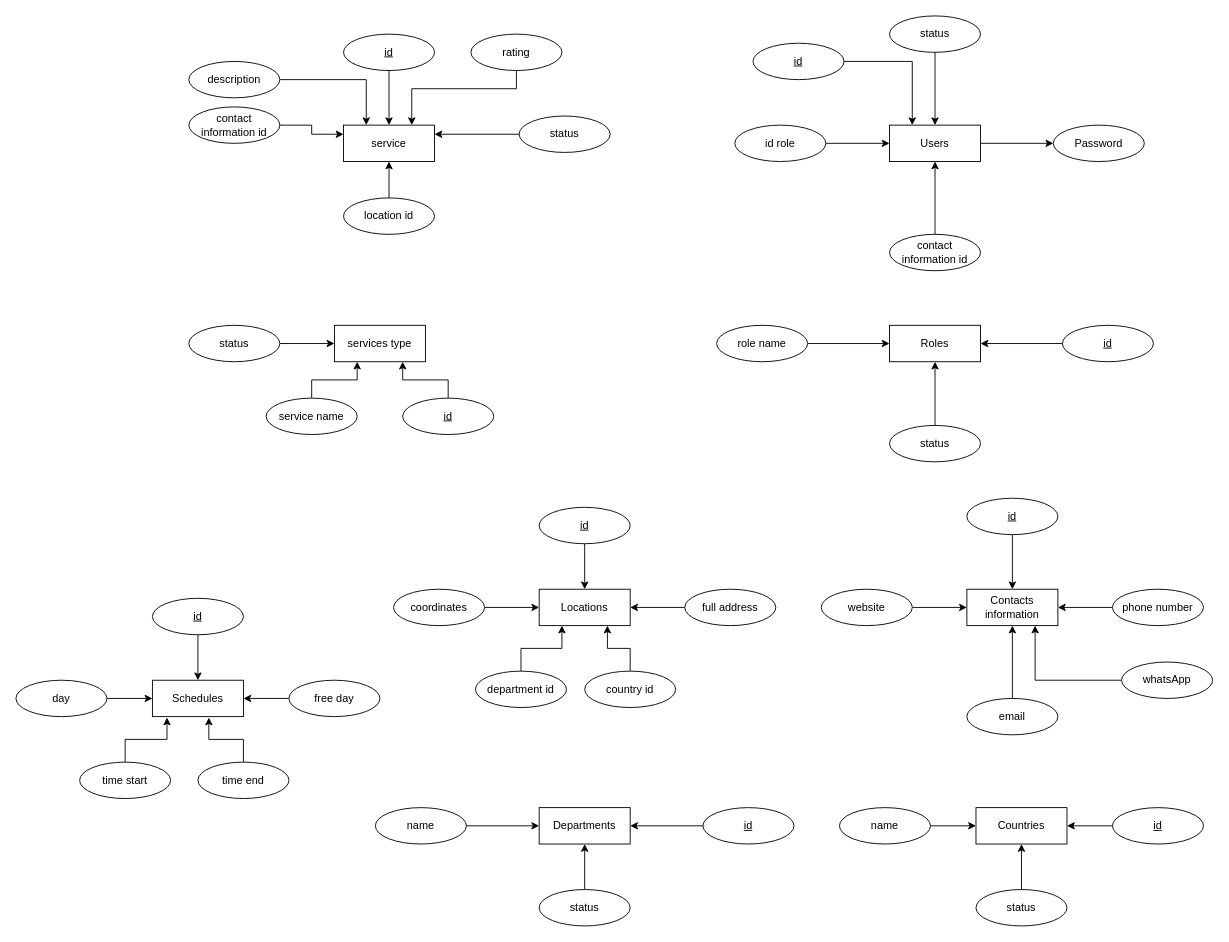
Above: caminoDiagrams/Untitled Diagram.drawio in DrDaxter/diagrams (draw.io), before the change. Source tidied: cells renumbered, new cells numbered last; positions are measured from the earlier drawing's top-left corner, leaving out a move shared by most shapes. Both pictures are drawn from the tidied source at 91%, with x=0, y=0 at pixel (15, 15).
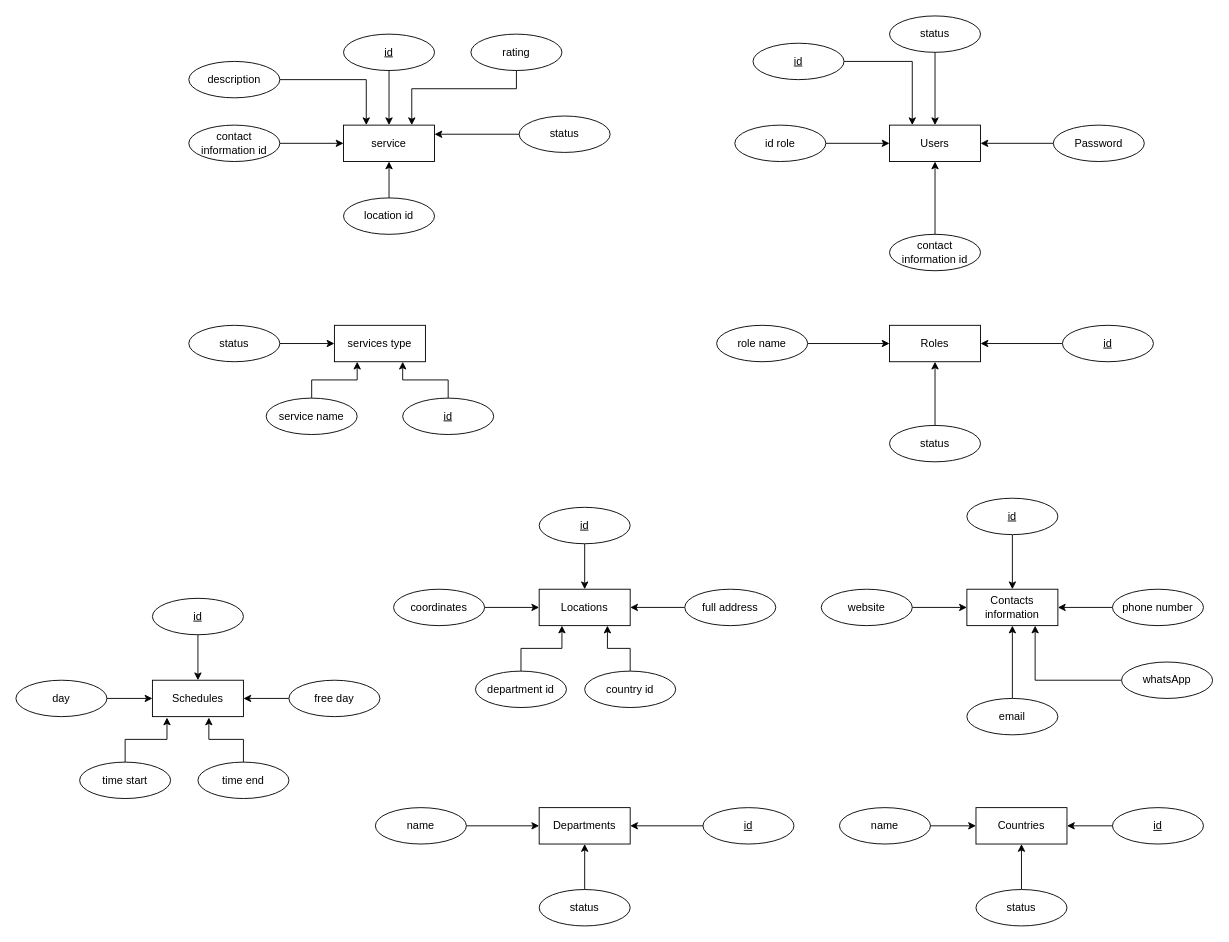
After the change.

The change refers to these unchanged cells:
```xml
<mxCell id="2" value="service" style="whiteSpace=wrap;html=1;align=center;" parent="1" vertex="1">
  <mxGeometry x="360" y="120" width="100" height="40" as="geometry" />
</mxCell>
<mxCell id="24" value="Users" style="whiteSpace=wrap;html=1;align=center;" parent="1" vertex="1">
  <mxGeometry x="960" y="120" width="100" height="40" as="geometry" />
</mxCell>
<mxCell id="27" value="Password" style="ellipse;whiteSpace=wrap;html=1;align=center;" parent="1" vertex="1">
  <mxGeometry x="1140" y="120" width="100" height="40" as="geometry" />
</mxCell>
```

The edit, as a diff of the source:
```diff
@@
-    <mxCell id="8" style="edgeStyle=orthogonalEdgeStyle;rounded=0;jettySize=auto;html=1;entryX=0;entryY=0.25;entryDx=0;entryDy=0;" parent="1" edge="1" source="9" target="2">
+    <mxCell id="8" style="edgeStyle=orthogonalEdgeStyle;rounded=0;jettySize=auto;html=1;entryX=0;entryY=0.5;entryDx=0;entryDy=0;" parent="1" edge="1" source="9" target="2">
       <mxGeometry relative="1" as="geometry" />
     </mxCell>
     <mxCell id="9" value="contact information id" style="ellipse;whiteSpace=wrap;html=1;align=center;" parent="1" vertex="1">
-      <mxGeometry x="190" y="100" width="100" height="40" as="geometry" />
+      <mxGeometry x="190" y="120" width="100" height="40" as="geometry" />
     </mxCell>
@@
-    <mxCell id="23" style="edgeStyle=orthogonalEdgeStyle;rounded=0;jettySize=auto;html=1;" parent="1" edge="1" source="24" target="27">
-      <mxGeometry relative="1" as="geometry" />
-    </mxCell>
@@
+    <mxCell id="88" style="edgeStyle=orthogonalEdgeStyle;rounded=0;jettySize=auto;html=1;" parent="1" edge="1" source="27" target="24">
+      <mxGeometry relative="1" as="geometry" />
+    </mxCell>
```
